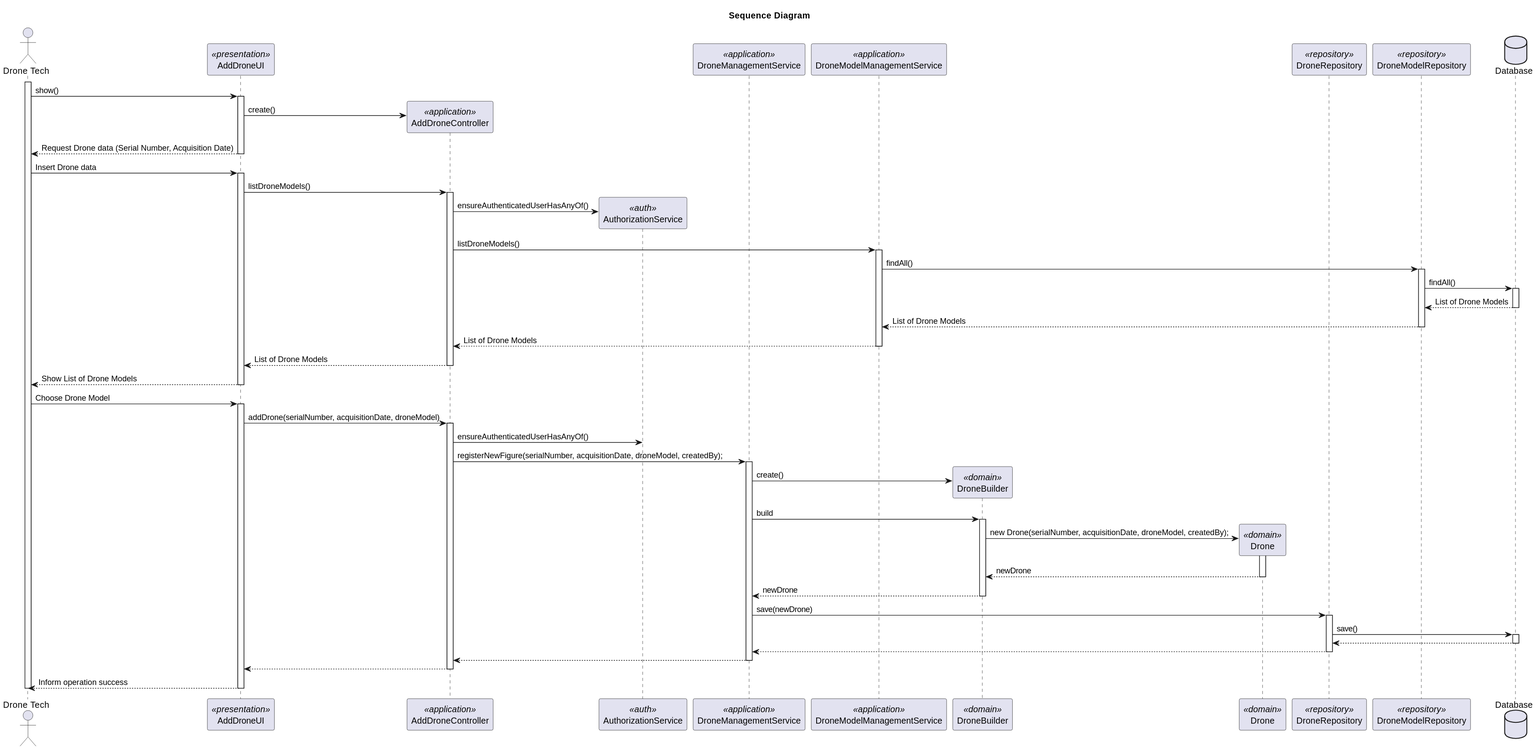
This is docs/Sprint2/us_241/images/sequence-diagram-US241.svg from rubenFreitas1/ISEP-LAPR4-2024-2025, a PlantUML export, as it was before one commit.
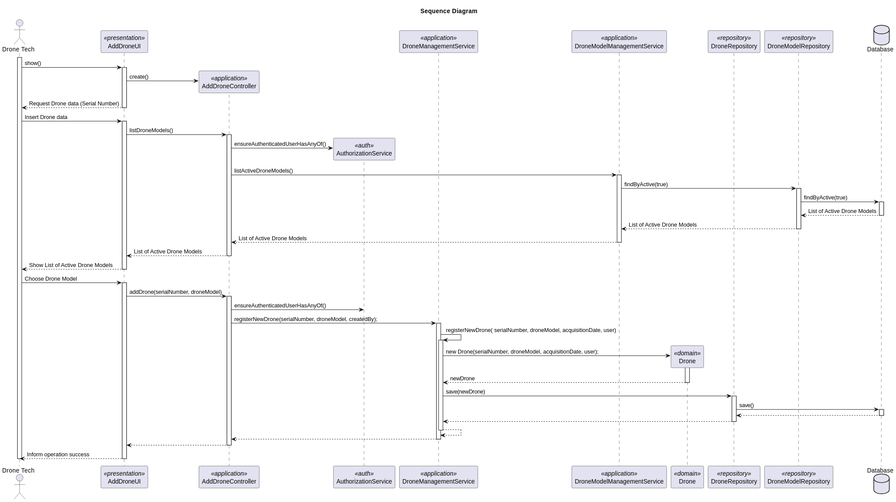
After the commit.

The edit, as a diff of the source:
```diff
@@ -7,7 +7,6 @@
 participant "AuthorizationService" as AuthorizationService <<auth>>
 participant "DroneManagementService" as DroneManagementService <<application>>
 participant "DroneModelManagementService" as DroneModelManagementService <<application>>
-participant "DroneBuilder" as DroneBuilder <<domain>>
 participant "Drone" as Drone <<domain>>
 participant "DroneRepository" as DroneRepository <<repository>>
 participant "DroneModelRepository" as DroneModelRepository <<repository>>
@@ -20,7 +19,7 @@
     activate UI
 
 UI -> Controller** : create()
-UI --> Actor: Request Drone data (Serial Number, Acquisition Date)
+UI --> Actor: Request Drone data (Serial Number)
     deactivate UI
 
  Actor -> UI: Insert Drone data
@@ -31,28 +30,28 @@
 
         Controller -> AuthorizationService** : ensureAuthenticatedUserHasAnyOf()
 
-        Controller -> DroneModelManagementService: listDroneModels()
+        Controller -> DroneModelManagementService: listActiveDroneModels()
             activate DroneModelManagementService
 
-                DroneModelManagementService -> DroneModelRepository: findAll()
+                DroneModelManagementService -> DroneModelRepository: findByActive(true)
                     activate DroneModelRepository
 
-                        DroneModelRepository -> Database:  findAll()
+                        DroneModelRepository -> Database:  findByActive(true)
                             activate Database
 
-                                Database --> DroneModelRepository: List of Drone Models
+                                Database --> DroneModelRepository: List of Active Drone Models
                             deactivate Database
-                        DroneModelRepository --> DroneModelManagementService: List of Drone Models
+                        DroneModelRepository --> DroneModelManagementService: List of Active Drone Models
                     deactivate DroneModelRepository
 
 
-                DroneModelManagementService --> Controller: List of Drone Models
+                DroneModelManagementService --> Controller: List of Active Drone Models
             deactivate DroneModelManagementService
 
-        Controller --> UI: List of Drone Models
+        Controller --> UI: List of Active Drone Models
     deactivate Controller
 
-UI --> Actor: Show List of Drone Models
+UI --> Actor: Show List of Active Drone Models
 deactivate UI
 
 Actor -> UI: Choose Drone Model
@@ -60,26 +59,22 @@
 
     activate UI
 
-        UI -> Controller : addDrone(serialNumber, acquisitionDate, droneModel)
+        UI -> Controller : addDrone(serialNumber, droneModel)
             activate Controller
 
                 Controller -> AuthorizationService : ensureAuthenticatedUserHasAnyOf()
 
-                Controller -> DroneManagementService : registerNewFigure(serialNumber, acquisitionDate, droneModel, createdBy);
+                Controller -> DroneManagementService : registerNewDrone(serialNumber, droneModel, createdBy);
                 activate DroneManagementService
 
-                    DroneManagementService -> DroneBuilder**: create()
-                    DroneManagementService -> DroneBuilder: build
-                        activate DroneBuilder
-                            DroneBuilder -> Drone** : new Drone(serialNumber, acquisitionDate, droneModel, createdBy);
+                    DroneManagementService -> DroneManagementService: registerNewDrone( serialNumber, droneModel, acquisitionDate, user)
+                    Activate DroneManagementService
+
+                    DroneManagementService -> Drone** : new Drone(serialNumber, droneModel, acquisitionDate, user);
                                 activate Drone
 
-                                   Drone --> DroneBuilder : newDrone
+                                   Drone --> DroneManagementService : newDrone
                                 deactivate Drone
-
-                            DroneBuilder --> DroneManagementService : newDrone
-
-                        deactivate DroneBuilder
 
                     DroneManagementService -> DroneRepository : save(newDrone)
 
@@ -93,6 +88,8 @@
 
                              DroneRepository --> DroneManagementService
                     deactivate DroneRepository
+                    DroneManagementService --> DroneManagementService
+                    deactivate DroneManagementService
 
                     DroneManagementService --> Controller
                 deactivate DroneManagementService
```
